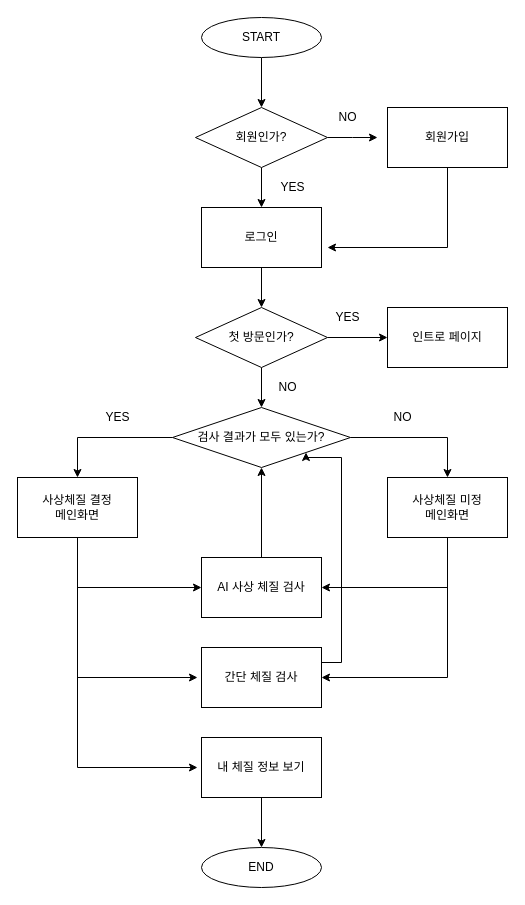
Above: Untitled Diagram.drawio in nohhow/TIL (draw.io), before the change. Source tidied: cells renumbered, new cells numbered last; positions are measured from the earlier drawing's top-left corner, leaving out a move shared by most shapes. Both pictures are drawn from the tidied source at 100%, with x=0, y=0 at pixel (17, 17).
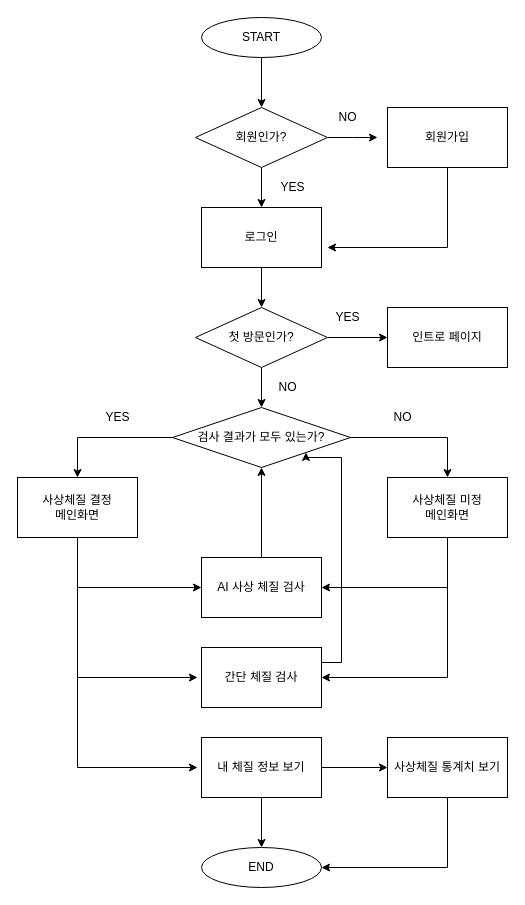
After the change.

Unchanged cells that the change refers to:
```xml
<mxCell id="36" value="내 체질 정보 보기" style="rounded=0;whiteSpace=wrap;html=1;" parent="1" vertex="1">
  <mxGeometry x="184" y="720" width="120" height="60" as="geometry" />
</mxCell>
<mxCell id="37" value="END" style="ellipse;whiteSpace=wrap;html=1;" parent="1" vertex="1">
  <mxGeometry x="184" y="830" width="120" height="40" as="geometry" />
</mxCell>
```

Change to the diagram source:
```diff
@@
+    <mxCell id="38" style="edgeStyle=orthogonalEdgeStyle;rounded=0;jettySize=auto;html=1;" parent="1" edge="1" source="36" target="40">
+      <mxGeometry relative="1" as="geometry" />
+    </mxCell>
@@
+    <mxCell id="39" style="edgeStyle=orthogonalEdgeStyle;rounded=0;jettySize=auto;html=1;" parent="1" edge="1" source="40" target="37">
+      <mxGeometry relative="1" as="geometry">
+        <Array as="points">
+          <mxPoint x="430" y="850" />
+        </Array>
+      </mxGeometry>
+    </mxCell>
+    <mxCell id="40" value="사상체질 통계치 보기" style="rounded=0;whiteSpace=wrap;html=1;" parent="1" vertex="1">
+      <mxGeometry x="370" y="720" width="120" height="60" as="geometry" />
+    </mxCell>
```
